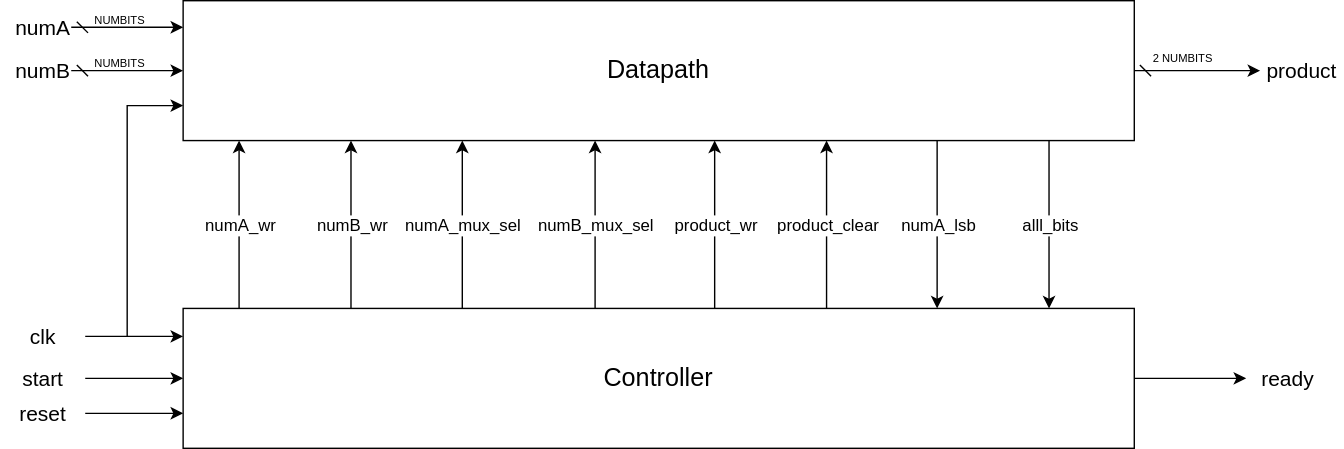
Before: Tayyab/SequentialSignedMultiplier/docs/images/datapath_controller.drawio.svg, a diagram exported from draw.io (medsuet/Xcelerium-IC-Design-Training). Source tidied: cells renumbered, new cells last; positions are measured from the earlier drawing's top-left corner, leaving out a move shared by most shapes. Source of this version:
```xml
<mxGraphModel>
  <root>
    <mxCell id="0" />
    <mxCell id="1" parent="0" />
    <mxCell id="2" style="edgeStyle=orthogonalEdgeStyle;rounded=0;jettySize=auto;html=1;entryX=0;entryY=0.75;entryDx=0;entryDy=0;" parent="1" edge="1" target="4">
      <mxGeometry relative="1" as="geometry">
        <mxPoint x="90" y="240" as="sourcePoint" />
        <Array as="points">
          <mxPoint x="90" y="75" />
        </Array>
      </mxGeometry>
    </mxCell>
    <mxCell id="3" style="edgeStyle=orthogonalEdgeStyle;rounded=0;jettySize=auto;html=1;exitX=1;exitY=0.5;exitDx=0;exitDy=0;exitPerimeter=0;startArrow=dash;startFill=0;" parent="1" edge="1" source="4" target="24">
      <mxGeometry relative="1" as="geometry" />
    </mxCell>
    <mxCell id="4" value="Datapath" style="rounded=0;whiteSpace=wrap;html=1;fontSize=18;points=[[0,0,0,0,0],[0,0.19,0,0,0],[0,0.5,0,0,0],[0,0.75,0,0,0],[0,1,0,0,0],[0.25,0,0,0,0],[0.25,1,0,0,0],[0.5,0,0,0,0],[0.5,1,0,0,0],[0.75,0,0,0,0],[0.75,1,0,0,0],[1,0,0,0,0],[1,0.25,0,0,0],[1,0.5,0,0,0],[1,0.75,0,0,0],[1,1,0,0,0]];" parent="1" vertex="1">
      <mxGeometry x="130" width="680" height="100" as="geometry" />
    </mxCell>
    <mxCell id="5" style="edgeStyle=orthogonalEdgeStyle;rounded=0;jettySize=auto;html=1;exitX=1;exitY=0.5;exitDx=0;exitDy=0;" parent="1" edge="1" source="6" target="23">
      <mxGeometry relative="1" as="geometry" />
    </mxCell>
    <mxCell id="6" value="Controller" style="rounded=0;whiteSpace=wrap;html=1;fontSize=18;" parent="1" vertex="1">
      <mxGeometry x="130" y="220" width="680" height="100" as="geometry" />
    </mxCell>
    <mxCell id="7" style="edgeStyle=orthogonalEdgeStyle;rounded=0;jettySize=auto;html=1;" parent="1" edge="1" source="8" target="6">
      <mxGeometry relative="1" as="geometry">
        <Array as="points">
          <mxPoint x="30" y="240" />
        </Array>
      </mxGeometry>
    </mxCell>
    <mxCell id="8" value="&lt;font style=&quot;font-size: 15px;&quot;&gt;clk&lt;/font&gt;" style="text;html=1;align=center;verticalAlign=middle;whiteSpace=wrap;rounded=0;fontSize=15;" parent="1" vertex="1">
      <mxGeometry y="230" width="60" height="20" as="geometry" />
    </mxCell>
    <mxCell id="9" style="endArrow=classic;html=1;rounded=0;exitX=0.25;exitY=0;exitDx=0;exitDy=0;entryX=0.25;entryY=1;entryDx=0;entryDy=0;" parent="1" edge="1">
      <mxGeometry relative="1" as="geometry">
        <mxPoint x="170" y="220" as="sourcePoint" />
        <mxPoint x="170" y="100" as="targetPoint" />
      </mxGeometry>
    </mxCell>
    <mxCell id="10" value="numA_wr" style="edgeLabel;html=1;align=center;verticalAlign=middle;fontSize=12;" parent="9" vertex="1">
      <mxGeometry relative="1" as="geometry" />
    </mxCell>
    <mxCell id="11" style="endArrow=classic;html=1;rounded=0;exitX=0.25;exitY=0;exitDx=0;exitDy=0;entryX=0.25;entryY=1;entryDx=0;entryDy=0;" parent="1" edge="1">
      <mxGeometry relative="1" as="geometry">
        <mxPoint x="250" y="220" as="sourcePoint" />
        <mxPoint x="250" y="100" as="targetPoint" />
      </mxGeometry>
    </mxCell>
    <mxCell id="12" value="numB_wr" style="edgeLabel;html=1;align=center;verticalAlign=middle;fontSize=12;" parent="11" vertex="1">
      <mxGeometry relative="1" as="geometry" />
    </mxCell>
    <mxCell id="13" value="numA" style="text;html=1;align=center;verticalAlign=middle;whiteSpace=wrap;rounded=0;fontSize=15;" parent="1" vertex="1">
      <mxGeometry x="10" y="9" width="40" height="20" as="geometry" />
    </mxCell>
    <mxCell id="14" style="edgeStyle=orthogonalEdgeStyle;rounded=0;jettySize=auto;html=1;exitX=1;exitY=0.5;exitDx=0;exitDy=0;entryX=0;entryY=0.5;entryDx=0;entryDy=0;jumpStyle=none;endArrow=classic;endFill=1;startArrow=dash;startFill=0;" parent="1" edge="1" source="15" target="4">
      <mxGeometry relative="1" as="geometry" />
    </mxCell>
    <mxCell id="15" value="numB" style="text;html=1;align=center;verticalAlign=middle;whiteSpace=wrap;rounded=0;fontSize=15;" parent="1" vertex="1">
      <mxGeometry x="10" y="40" width="40" height="20" as="geometry" />
    </mxCell>
    <mxCell id="16" value="&lt;font style=&quot;font-size: 8px;&quot;&gt;NUMBITS&lt;/font&gt;" style="text;html=1;align=center;verticalAlign=middle;whiteSpace=wrap;rounded=0;fontSize=8;" parent="1" vertex="1">
      <mxGeometry x="70" y="9" width="30" height="10" as="geometry" />
    </mxCell>
    <mxCell id="17" value="&lt;font style=&quot;font-size: 8px;&quot;&gt;NUMBITS&lt;/font&gt;" style="text;html=1;align=center;verticalAlign=middle;whiteSpace=wrap;rounded=0;fontSize=8;" parent="1" vertex="1">
      <mxGeometry x="70" y="40" width="30" height="10" as="geometry" />
    </mxCell>
    <mxCell id="18" style="edgeStyle=orthogonalEdgeStyle;rounded=0;jettySize=auto;html=1;exitX=1;exitY=0.5;exitDx=0;exitDy=0;entryX=0;entryY=0.19;entryDx=0;entryDy=0;entryPerimeter=0;startArrow=dash;startFill=0;" parent="1" edge="1" source="13" target="4">
      <mxGeometry relative="1" as="geometry" />
    </mxCell>
    <mxCell id="19" style="edgeStyle=orthogonalEdgeStyle;rounded=0;jettySize=auto;html=1;exitX=1;exitY=0.5;exitDx=0;exitDy=0;entryX=0;entryY=0.75;entryDx=0;entryDy=0;" parent="1" edge="1" source="20" target="6">
      <mxGeometry relative="1" as="geometry" />
    </mxCell>
    <mxCell id="20" value="&lt;font style=&quot;font-size: 15px;&quot;&gt;reset&lt;/font&gt;" style="text;html=1;align=center;verticalAlign=middle;whiteSpace=wrap;rounded=0;fontSize=15;" parent="1" vertex="1">
      <mxGeometry y="280" width="60" height="30" as="geometry" />
    </mxCell>
    <mxCell id="21" style="edgeStyle=orthogonalEdgeStyle;rounded=0;jettySize=auto;html=1;" parent="1" edge="1" source="22" target="6">
      <mxGeometry relative="1" as="geometry" />
    </mxCell>
    <mxCell id="22" value="&lt;font style=&quot;font-size: 15px;&quot;&gt;start&lt;/font&gt;" style="text;html=1;align=center;verticalAlign=middle;whiteSpace=wrap;rounded=0;fontSize=15;" parent="1" vertex="1">
      <mxGeometry y="255" width="60" height="30" as="geometry" />
    </mxCell>
    <mxCell id="23" value="&lt;font style=&quot;font-size: 15px;&quot;&gt;ready&lt;/font&gt;" style="text;html=1;align=center;verticalAlign=middle;whiteSpace=wrap;rounded=0;fontSize=15;" parent="1" vertex="1">
      <mxGeometry x="890" y="255" width="60" height="30" as="geometry" />
    </mxCell>
    <mxCell id="24" value="&lt;font style=&quot;font-size: 15px;&quot;&gt;product&lt;/font&gt;" style="text;html=1;align=center;verticalAlign=middle;whiteSpace=wrap;rounded=0;fontSize=15;" parent="1" vertex="1">
      <mxGeometry x="900" y="35" width="60" height="30" as="geometry" />
    </mxCell>
    <mxCell id="25" value="&lt;font style=&quot;font-size: 8px;&quot;&gt;2 NUMBITS&lt;/font&gt;" style="text;html=1;align=center;verticalAlign=middle;whiteSpace=wrap;rounded=0;fontSize=8;" parent="1" vertex="1">
      <mxGeometry x="820" y="36" width="50" height="10" as="geometry" />
    </mxCell>
    <mxCell id="26" style="endArrow=classic;html=1;rounded=0;exitX=0.25;exitY=0;exitDx=0;exitDy=0;entryX=0.25;entryY=1;entryDx=0;entryDy=0;" parent="1" edge="1">
      <mxGeometry relative="1" as="geometry">
        <mxPoint x="329.6" y="220" as="sourcePoint" />
        <mxPoint x="329.6" y="100" as="targetPoint" />
      </mxGeometry>
    </mxCell>
    <mxCell id="27" value="numA_mux_sel" style="edgeLabel;html=1;align=center;verticalAlign=middle;fontSize=12;" parent="26" vertex="1">
      <mxGeometry relative="1" as="geometry" />
    </mxCell>
    <mxCell id="28" style="endArrow=classic;html=1;rounded=0;exitX=0.25;exitY=0;exitDx=0;exitDy=0;entryX=0.25;entryY=1;entryDx=0;entryDy=0;" parent="1" edge="1">
      <mxGeometry relative="1" as="geometry">
        <mxPoint x="424.5" y="220" as="sourcePoint" />
        <mxPoint x="424.5" y="100" as="targetPoint" />
      </mxGeometry>
    </mxCell>
    <mxCell id="29" value="numB_mux_sel" style="edgeLabel;html=1;align=center;verticalAlign=middle;fontSize=12;" parent="28" vertex="1">
      <mxGeometry relative="1" as="geometry" />
    </mxCell>
    <mxCell id="30" style="endArrow=classic;html=1;rounded=0;exitX=0.25;exitY=0;exitDx=0;exitDy=0;entryX=0.25;entryY=1;entryDx=0;entryDy=0;" parent="1" edge="1">
      <mxGeometry relative="1" as="geometry">
        <mxPoint x="510" y="220" as="sourcePoint" />
        <mxPoint x="510" y="100" as="targetPoint" />
      </mxGeometry>
    </mxCell>
    <mxCell id="31" value="product_wr" style="edgeLabel;html=1;align=center;verticalAlign=middle;fontSize=12;" parent="30" vertex="1">
      <mxGeometry relative="1" as="geometry" />
    </mxCell>
    <mxCell id="32" style="endArrow=classic;html=1;rounded=0;exitX=0.25;exitY=0;exitDx=0;exitDy=0;entryX=0.25;entryY=1;entryDx=0;entryDy=0;" parent="1" edge="1">
      <mxGeometry relative="1" as="geometry">
        <mxPoint x="590" y="220" as="sourcePoint" />
        <mxPoint x="590" y="100" as="targetPoint" />
      </mxGeometry>
    </mxCell>
    <mxCell id="33" value="product_clear" style="edgeLabel;html=1;align=center;verticalAlign=middle;fontSize=12;" parent="32" vertex="1">
      <mxGeometry relative="1" as="geometry" />
    </mxCell>
    <mxCell id="34" style="endArrow=classic;html=1;rounded=0;exitX=0.25;exitY=0;exitDx=0;exitDy=0;entryX=0.25;entryY=1;entryDx=0;entryDy=0;" parent="1" edge="1">
      <mxGeometry relative="1" as="geometry">
        <mxPoint x="669" y="100" as="sourcePoint" />
        <mxPoint x="669" y="220" as="targetPoint" />
      </mxGeometry>
    </mxCell>
    <mxCell id="35" value="numA_lsb" style="edgeLabel;html=1;align=center;verticalAlign=middle;fontSize=12;" parent="34" vertex="1">
      <mxGeometry relative="1" as="geometry" />
    </mxCell>
    <mxCell id="36" style="endArrow=classic;html=1;rounded=0;exitX=0.25;exitY=0;exitDx=0;exitDy=0;entryX=0.25;entryY=1;entryDx=0;entryDy=0;" parent="1" edge="1">
      <mxGeometry relative="1" as="geometry">
        <mxPoint x="749" y="100" as="sourcePoint" />
        <mxPoint x="749" y="220" as="targetPoint" />
      </mxGeometry>
    </mxCell>
    <mxCell id="37" value="alll_bits" style="edgeLabel;html=1;align=center;verticalAlign=middle;fontSize=12;" parent="36" vertex="1">
      <mxGeometry relative="1" as="geometry" />
    </mxCell>
  </root>
</mxGraphModel>
```
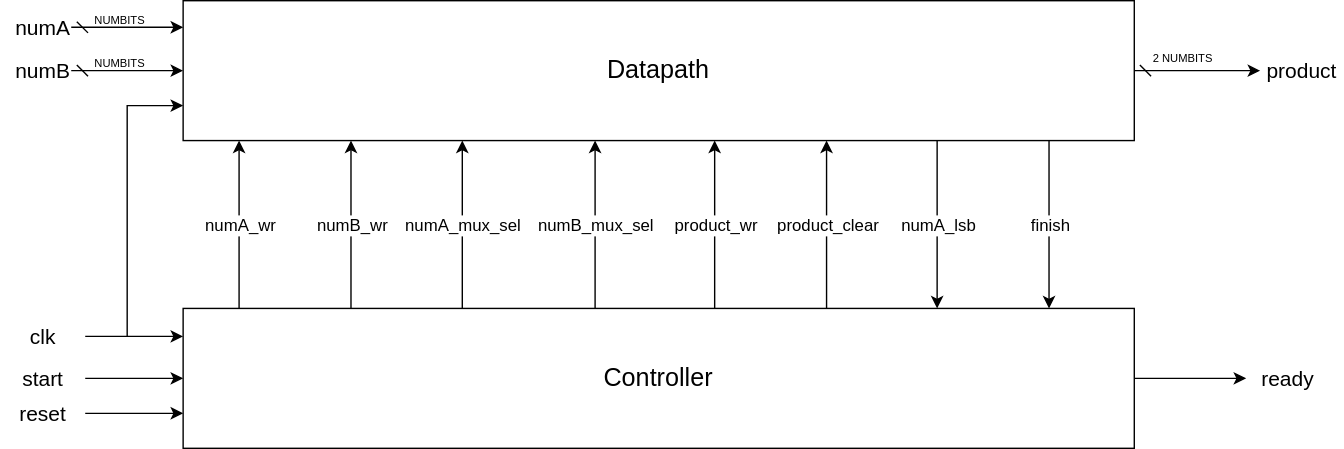
The same file after the commit.

Change to the diagram source:
```diff
@@ -140,7 +140,7 @@
         <mxPoint x="749" y="220" as="targetPoint" />
       </mxGeometry>
     </mxCell>
-    <mxCell id="37" value="alll_bits" style="edgeLabel;html=1;align=center;verticalAlign=middle;fontSize=12;" parent="36" vertex="1">
+    <mxCell id="37" value="finish" style="edgeLabel;html=1;align=center;verticalAlign=middle;fontSize=12;" parent="36" vertex="1">
       <mxGeometry relative="1" as="geometry" />
     </mxCell>
   </root>
```
